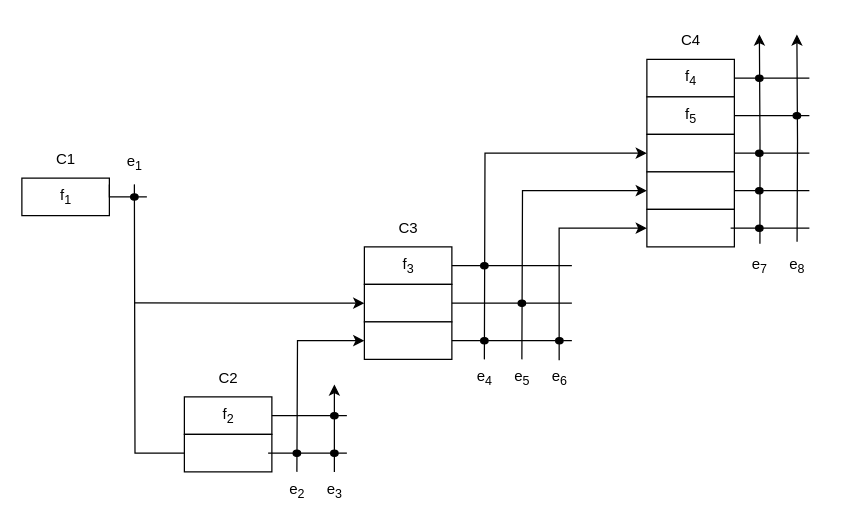
Above: page "fmea_2025" (1 of 2) of Diagrams/fmea_2025.drawio in bwolleswinkel/drawio (draw.io), before the change. Source tidied: cells renumbered, new cells numbered last; positions are measured from the earlier drawing's top-left corner, leaving out a move shared by most shapes. Both pictures are drawn from the tidied source at 125%, with x=0, y=0 at pixel (21, 21).
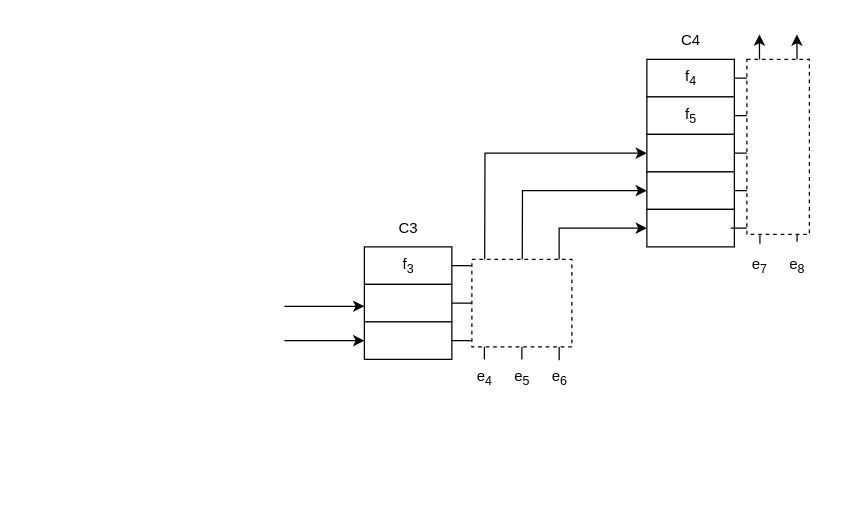
The same diagram, later.

The change refers to these unchanged cells:
```xml
<mxCell id="14" style="rounded=0;whiteSpace=wrap;html=1;" parent="1" vertex="1">
  <mxGeometry x="274" y="210" width="70" height="30" as="geometry" />
</mxCell>
<mxCell id="19" style="rounded=0;whiteSpace=wrap;html=1;" parent="1" vertex="1">
  <mxGeometry x="274" y="240" width="70" height="30" as="geometry" />
</mxCell>
```

Diff of the diagram source:
```diff
@@
-    <mxCell id="2" style="edgeStyle=orthogonalEdgeStyle;rounded=0;jettySize=auto;html=1;exitX=1;exitY=0.5;exitDx=0;exitDy=0;endArrow=none;endFill=0;" parent="1" edge="1" source="23">
-      <mxGeometry relative="1" as="geometry">
-        <mxPoint x="260" y="315" as="targetPoint" />
-      </mxGeometry>
-    </mxCell>
-    <mxCell id="3" style="rounded=0;whiteSpace=wrap;html=1;" parent="1" vertex="1">
-      <mxGeometry x="130" y="300" width="70" height="30" as="geometry" />
-    </mxCell>
-    <mxCell id="4" value="C2" style="text;html=1;align=center;verticalAlign=middle;strokeColor=none;fillColor=none;" parent="1" vertex="1">
-      <mxGeometry x="145" y="270" width="40" height="30" as="geometry" />
-    </mxCell>
-    <mxCell id="5" style="edgeStyle=orthogonalEdgeStyle;rounded=0;jettySize=auto;html=1;exitX=1;exitY=0.5;exitDx=0;exitDy=0;endArrow=none;endFill=0;" parent="1" edge="1" source="25">
-      <mxGeometry relative="1" as="geometry">
-        <mxPoint x="260" y="345" as="targetPoint" />
-      </mxGeometry>
-    </mxCell>
-    <mxCell id="6" style="edgeStyle=orthogonalEdgeStyle;rounded=0;jettySize=auto;html=1;exitX=0;exitY=0.5;exitDx=0;exitDy=0;endArrow=none;endFill=0;" parent="1" edge="1" source="7">
-      <mxGeometry relative="1" as="geometry">
-        <mxPoint x="90" y="130" as="targetPoint" />
-      </mxGeometry>
-    </mxCell>
-    <mxCell id="7" style="rounded=0;whiteSpace=wrap;html=1;" parent="1" vertex="1">
-      <mxGeometry x="130" y="330" width="70" height="30" as="geometry" />
-    </mxCell>
-    <mxCell id="8" value="f&lt;sub&gt;2&lt;/sub&gt;" style="text;html=1;align=center;verticalAlign=middle;strokeColor=none;fillColor=none;" parent="1" vertex="1">
-      <mxGeometry x="150" y="300" width="30" height="30" as="geometry" />
-    </mxCell>
@@
-    <mxCell id="13" style="edgeStyle=orthogonalEdgeStyle;rounded=0;jettySize=auto;html=1;exitX=0;exitY=0.5;exitDx=0;exitDy=0;endArrow=none;endFill=0;startArrow=classic;startFill=1;" parent="1" edge="1" source="14">
-      <mxGeometry relative="1" as="geometry">
-        <mxPoint x="90" y="224.7" as="targetPoint" />
-      </mxGeometry>
-    </mxCell>
@@
     <mxCell id="16" style="edgeStyle=orthogonalEdgeStyle;rounded=0;jettySize=auto;html=1;exitX=0;exitY=0.5;exitDx=0;exitDy=0;startArrow=classic;startFill=1;endArrow=none;endFill=0;" parent="1" edge="1" source="19">
       <mxGeometry relative="1" as="geometry">
-        <mxPoint x="220" y="360" as="targetPoint" />
+        <mxPoint x="210" y="255" as="targetPoint" />
       </mxGeometry>
     </mxCell>
-    <mxCell id="17" style="edgeStyle=orthogonalEdgeStyle;rounded=0;orthogonalLoop=1;jettySize=auto;html=1;startArrow=classic;startFill=1;endArrow=none;endFill=0;" parent="1" edge="1">
-      <mxGeometry relative="1" as="geometry">
-        <mxPoint x="250" y="290" as="sourcePoint" />
-        <mxPoint x="250" y="360" as="targetPoint" />
-      </mxGeometry>
-    </mxCell>
@@
-    <mxCell id="20" value="e&lt;sub&gt;2&lt;/sub&gt;" style="text;html=1;align=center;verticalAlign=middle;strokeColor=none;fillColor=none;" parent="1" vertex="1">
-      <mxGeometry x="200" y="360" width="40" height="30" as="geometry" />
-    </mxCell>
-    <mxCell id="21" value="e&lt;sub&gt;3&lt;/sub&gt;" style="text;html=1;align=center;verticalAlign=middle;strokeColor=none;fillColor=none;" parent="1" vertex="1">
-      <mxGeometry x="230" y="360" width="40" height="30" as="geometry" />
-    </mxCell>
-    <mxCell id="22" style="edgeStyle=orthogonalEdgeStyle;rounded=0;jettySize=auto;html=1;exitX=1;exitY=0.5;exitDx=0;exitDy=0;endArrow=none;endFill=0;entryX=0;entryY=0.5;entryDx=0;entryDy=0;" parent="1" edge="1" source="3" target="23">
-      <mxGeometry relative="1" as="geometry" />
-    </mxCell>
-    <mxCell id="23" style="ellipse;whiteSpace=wrap;html=1;fillColor=#000000;" parent="1" vertex="1">
-      <mxGeometry x="247" y="312.5" width="6" height="5" as="geometry" />
-    </mxCell>
-    <mxCell id="24" style="edgeStyle=orthogonalEdgeStyle;rounded=0;jettySize=auto;html=1;exitX=1;exitY=0.5;exitDx=0;exitDy=0;endArrow=none;endFill=0;" parent="1" edge="1" source="70" target="25">
-      <mxGeometry relative="1" as="geometry" />
-    </mxCell>
-    <mxCell id="25" style="ellipse;whiteSpace=wrap;html=1;fillColor=#000000;" parent="1" vertex="1">
-      <mxGeometry x="247" y="342.5" width="6" height="5" as="geometry" />
-    </mxCell>
@@
-    <mxCell id="62" style="edgeStyle=orthogonalEdgeStyle;rounded=0;jettySize=auto;html=1;exitX=1;exitY=0.5;exitDx=0;exitDy=0;endArrow=none;endFill=0;" parent="1" edge="1" source="67">
-      <mxGeometry relative="1" as="geometry">
-        <mxPoint x="100" y="140" as="targetPoint" />
-      </mxGeometry>
-    </mxCell>
-    <mxCell id="63" style="rounded=0;whiteSpace=wrap;html=1;" parent="1" vertex="1">
-      <mxGeometry y="125" width="70" height="30" as="geometry" />
-    </mxCell>
-    <mxCell id="64" value="C1" style="text;html=1;align=center;verticalAlign=middle;strokeColor=none;fillColor=none;" parent="1" vertex="1">
-      <mxGeometry x="15" y="95" width="40" height="30" as="geometry" />
-    </mxCell>
-    <mxCell id="65" value="e&lt;sub&gt;1&lt;/sub&gt;" style="text;html=1;align=center;verticalAlign=middle;strokeColor=none;fillColor=none;" parent="1" vertex="1">
-      <mxGeometry x="70" y="97.5" width="40" height="30" as="geometry" />
-    </mxCell>
-    <mxCell id="66" style="edgeStyle=orthogonalEdgeStyle;rounded=0;jettySize=auto;html=1;endArrow=none;endFill=0;exitX=1;exitY=0.167;exitDx=0;exitDy=0;exitPerimeter=0;" parent="1" edge="1" source="63" target="67">
-      <mxGeometry relative="1" as="geometry">
-        <Array as="points">
-          <mxPoint x="70" y="140" />
-        </Array>
-      </mxGeometry>
-    </mxCell>
-    <mxCell id="67" style="ellipse;whiteSpace=wrap;html=1;fillColor=#000000;" parent="1" vertex="1">
-      <mxGeometry x="87" y="137.5" width="6" height="5" as="geometry" />
-    </mxCell>
-    <mxCell id="68" value="f&lt;sub&gt;1&lt;/sub&gt;" style="text;html=1;align=center;verticalAlign=middle;strokeColor=none;fillColor=none;" parent="1" vertex="1">
-      <mxGeometry x="20" y="125" width="30" height="30" as="geometry" />
-    </mxCell>
-    <mxCell id="69" style="edgeStyle=orthogonalEdgeStyle;rounded=0;jettySize=auto;html=1;exitX=1;exitY=0.5;exitDx=0;exitDy=0;endArrow=none;endFill=0;" parent="1" edge="1" source="7" target="70">
-      <mxGeometry relative="1" as="geometry" />
-    </mxCell>
-    <mxCell id="70" style="ellipse;whiteSpace=wrap;html=1;fillColor=#000000;" parent="1" vertex="1">
-      <mxGeometry x="217" y="342.5" width="6" height="5" as="geometry" />
-    </mxCell>
@@
+    <mxCell id="76" style="rounded=0;whiteSpace=wrap;html=1;dashed=1;" parent="1" vertex="1">
+      <mxGeometry x="360" y="190" width="80" height="70" as="geometry" />
+    </mxCell>
+    <mxCell id="77" style="edgeStyle=orthogonalEdgeStyle;rounded=0;orthogonalLoop=1;jettySize=auto;html=1;exitX=0;exitY=0.5;exitDx=0;exitDy=0;startArrow=classic;startFill=1;endArrow=none;endFill=0;" parent="1" edge="1">
+      <mxGeometry relative="1" as="geometry">
+        <mxPoint x="274" y="227.5" as="sourcePoint" />
+        <mxPoint x="210" y="227.5" as="targetPoint" />
+      </mxGeometry>
+    </mxCell>
+    <mxCell id="78" style="rounded=0;whiteSpace=wrap;html=1;dashed=1;" parent="1" vertex="1">
+      <mxGeometry x="580" y="30" width="50" height="140" as="geometry" />
+    </mxCell>
```
